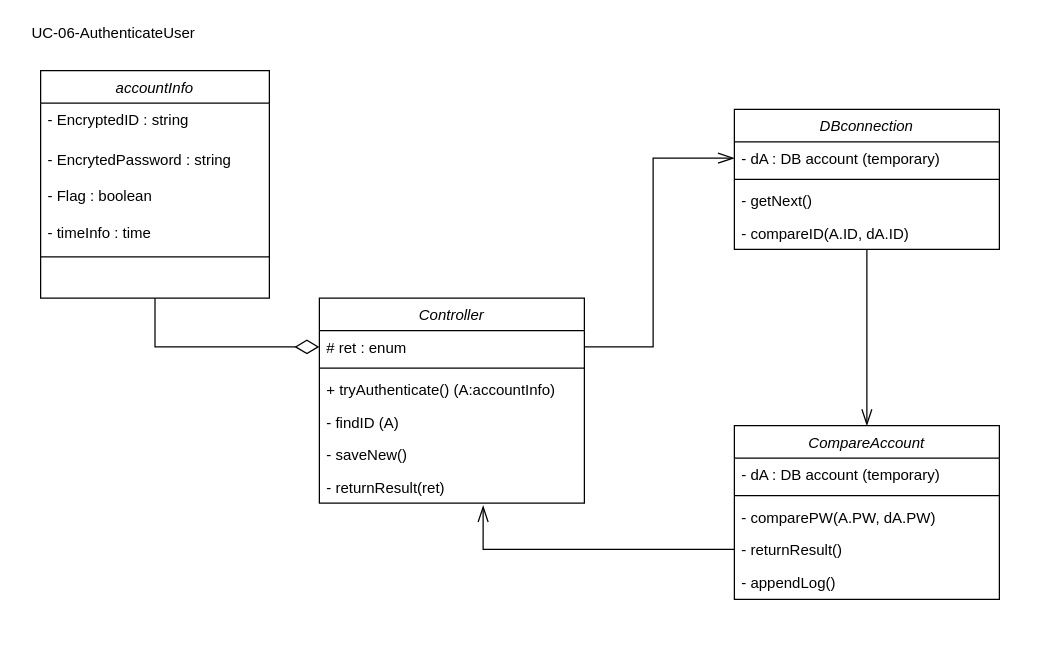
This is Documents/subgroup1/CD-UC-06.drawio from hanabzu/Warehouse-Management-System, a draw.io file, before an edit. Source tidied: cells renumbered, new cells numbered last; positions are measured from the earlier drawing's top-left corner, leaving out a move shared by most shapes. Both pictures are drawn from the tidied source at 125%, with x=0, y=0 at pixel (24, 21).
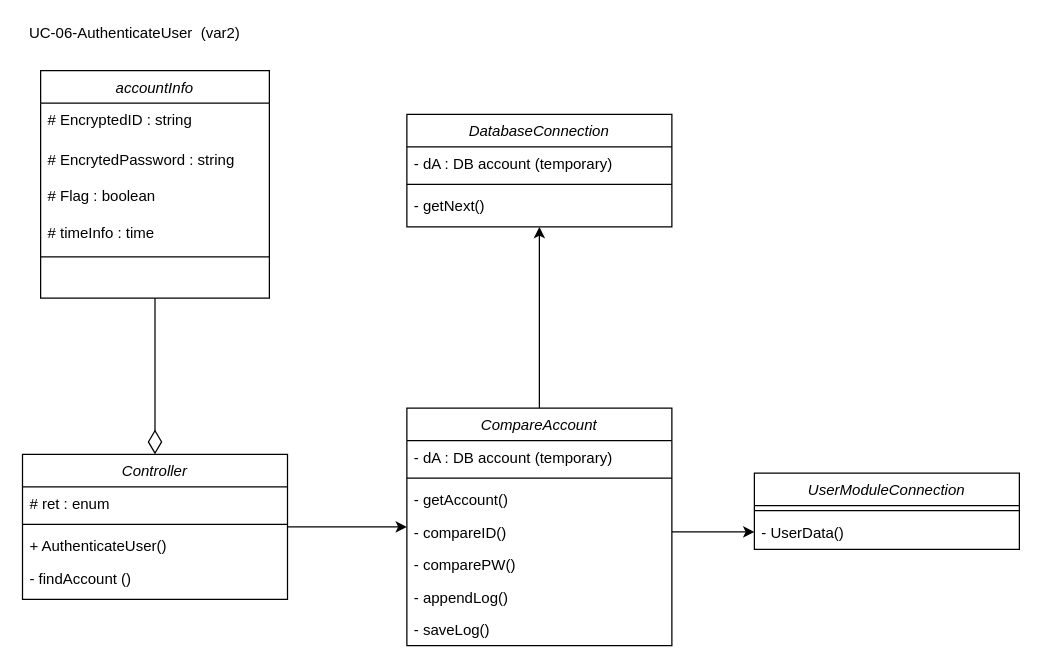
After the change.

Unchanged cells that the change refers to:
```xml
<mxCell id="3" value="# ret : enum" style="text;align=left;verticalAlign=top;spacingLeft=4;spacingRight=4;overflow=hidden;points=[[0,0.5],[1,0.5]];portConstraint=eastwest;rounded=0;shadow=0;html=0;" parent="2" vertex="1">
  <mxGeometry y="26" width="212" height="26" as="geometry" />
</mxCell>
<mxCell id="10" value="accountInfo" style="swimlane;fontStyle=2;align=center;verticalAlign=top;horizontal=1;startSize=26;rounded=0;shadow=0;strokeWidth=1;" parent="1" vertex="1">
  <mxGeometry x="13" y="39" width="183" height="182" as="geometry" />
</mxCell>
<mxCell id="19" value="- dA : DB account (temporary)" style="text;align=left;verticalAlign=top;spacingLeft=4;spacingRight=4;overflow=hidden;points=[[0,0.5],[1,0.5]];portConstraint=eastwest;rounded=0;shadow=0;html=0;" parent="18" vertex="1">
  <mxGeometry y="26" width="212" height="26" as="geometry" />
</mxCell>
```

What changed in the source:
```diff
@@
+    <mxCell id="31" style="edgeStyle=orthogonalEdgeStyle;rounded=0;jettySize=auto;html=1;" parent="1" edge="1" source="2" target="24">
+      <mxGeometry relative="1" as="geometry" />
+    </mxCell>
     <mxCell id="2" value="Controller" style="swimlane;fontStyle=2;align=center;verticalAlign=top;horizontal=1;startSize=26;rounded=0;shadow=0;strokeWidth=1;" parent="1" vertex="1">
-      <mxGeometry x="236" y="221" width="212" height="164" as="geometry" />
+      <mxGeometry x="-1.5" y="346" width="212" height="116" as="geometry" />
     </mxCell>
@@
-    <mxCell id="5" value="+ tryAuthenticate() (A:accountInfo)&#10;" style="text;align=left;verticalAlign=top;spacingLeft=4;spacingRight=4;overflow=hidden;" parent="2" vertex="1">
+    <mxCell id="5" value="+ AuthenticateUser()&#10;" style="text;align=left;verticalAlign=top;spacingLeft=4;spacingRight=4;overflow=hidden;" parent="2" vertex="1">
       <mxGeometry y="60" width="212" height="26" as="geometry" />
     </mxCell>
-    <mxCell id="6" value="- findID (A)&#10;" style="text;align=left;verticalAlign=top;spacingLeft=4;spacingRight=4;overflow=hidden;" parent="2" vertex="1">
+    <mxCell id="6" value="- findAccount ()&#10;" style="text;align=left;verticalAlign=top;spacingLeft=4;spacingRight=4;overflow=hidden;" parent="2" vertex="1">
       <mxGeometry y="86" width="212" height="26" as="geometry" />
     </mxCell>
-    <mxCell id="7" value="- saveNew()&#10;" style="text;align=left;verticalAlign=top;spacingLeft=4;spacingRight=4;overflow=hidden;" parent="2" vertex="1">
-      <mxGeometry y="112" width="212" height="26" as="geometry" />
-    </mxCell>
-    <mxCell id="8" value="- returnResult(ret)&#10;" style="text;align=left;verticalAlign=top;spacingLeft=4;spacingRight=4;overflow=hidden;points=[[0,0.5],[1,0.5]];portConstraint=eastwest;" parent="2" vertex="1">
-      <mxGeometry y="138" width="212" height="26" as="geometry" />
-    </mxCell>
-    <mxCell id="9" style="edgeStyle=orthogonalEdgeStyle;rounded=0;jettySize=auto;html=1;entryX=0;entryY=0.5;entryDx=0;entryDy=0;endArrow=diamondThin;endFill=0;endSize=17;" parent="1" edge="1" source="10" target="3">
+    <mxCell id="9" style="edgeStyle=orthogonalEdgeStyle;rounded=0;jettySize=auto;html=1;endArrow=diamondThin;endFill=0;endSize=17;" parent="1" edge="1" source="10" target="2">
       <mxGeometry relative="1" as="geometry" />
     </mxCell>
@@
-    <mxCell id="11" value="- EncryptedID : string" style="text;align=left;verticalAlign=top;spacingLeft=4;spacingRight=4;overflow=hidden;rounded=0;shadow=0;html=0;" parent="10" vertex="1">
+    <mxCell id="11" value="# EncryptedID : string" style="text;align=left;verticalAlign=top;spacingLeft=4;spacingRight=4;overflow=hidden;rounded=0;shadow=0;html=0;" parent="10" vertex="1">
       <mxGeometry y="26" width="183" height="32" as="geometry" />
     </mxCell>
-    <mxCell id="12" value="- EncrytedPassword : string" style="text;align=left;verticalAlign=top;spacingLeft=4;spacingRight=4;overflow=hidden;rounded=0;shadow=0;html=0;" parent="10" vertex="1">
+    <mxCell id="12" value="# EncrytedPassword : string" style="text;align=left;verticalAlign=top;spacingLeft=4;spacingRight=4;overflow=hidden;rounded=0;shadow=0;html=0;" parent="10" vertex="1">
       <mxGeometry y="58" width="183" height="29" as="geometry" />
     </mxCell>
-    <mxCell id="13" value="- Flag : boolean" style="text;align=left;verticalAlign=top;spacingLeft=4;spacingRight=4;overflow=hidden;rounded=0;shadow=0;html=0;" parent="10" vertex="1">
+    <mxCell id="13" value="# Flag : boolean" style="text;align=left;verticalAlign=top;spacingLeft=4;spacingRight=4;overflow=hidden;rounded=0;shadow=0;html=0;" parent="10" vertex="1">
       <mxGeometry y="87" width="183" height="29" as="geometry" />
     </mxCell>
-    <mxCell id="14" value="- timeInfo : time" style="text;align=left;verticalAlign=top;spacingLeft=4;spacingRight=4;overflow=hidden;rounded=0;shadow=0;html=0;" parent="10" vertex="1">
+    <mxCell id="14" value="# timeInfo : time" style="text;align=left;verticalAlign=top;spacingLeft=4;spacingRight=4;overflow=hidden;rounded=0;shadow=0;html=0;" parent="10" vertex="1">
       <mxGeometry y="116" width="183" height="29" as="geometry" />
     </mxCell>
@@
-    <mxCell id="16" value="UC-06-AuthenticateUser" style="text;html=1;align=center;verticalAlign=middle;strokeColor=none;" parent="1" vertex="1">
-      <mxGeometry width="141" height="18" as="geometry" />
+    <mxCell id="16" value="UC-06-AuthenticateUser&amp;nbsp; (var2)" style="text;html=1;align=center;verticalAlign=middle;strokeColor=none;" parent="1" vertex="1">
+      <mxGeometry x="-1.5" width="179" height="18" as="geometry" />
     </mxCell>
-    <mxCell id="17" style="edgeStyle=orthogonalEdgeStyle;rounded=0;jettySize=auto;html=1;entryX=0.5;entryY=0;entryDx=0;entryDy=0;endArrow=openThin;endFill=0;endSize=11;" parent="1" edge="1" source="18" target="24">
-      <mxGeometry relative="1" as="geometry" />
-    </mxCell>
-    <mxCell id="18" value="DBconnection" style="swimlane;fontStyle=2;align=center;verticalAlign=top;horizontal=1;startSize=26;rounded=0;shadow=0;strokeWidth=1;" parent="1" vertex="1">
-      <mxGeometry x="568" y="70" width="212" height="112" as="geometry" />
+    <mxCell id="18" value="DatabaseConnection" style="swimlane;fontStyle=2;align=center;verticalAlign=top;horizontal=1;startSize=26;rounded=0;shadow=0;strokeWidth=1;" parent="1" vertex="1">
+      <mxGeometry x="306" y="74" width="212" height="90" as="geometry" />
     </mxCell>
@@
-    <mxCell id="22" value="- compareID(A.ID, dA.ID)" style="text;align=left;verticalAlign=top;spacingLeft=4;spacingRight=4;overflow=hidden;" parent="18" vertex="1">
-      <mxGeometry y="86" width="212" height="26" as="geometry" />
-    </mxCell>
-    <mxCell id="23" style="edgeStyle=orthogonalEdgeStyle;rounded=0;jettySize=auto;html=1;entryX=0;entryY=0.5;entryDx=0;entryDy=0;endArrow=openThin;endFill=0;endSize=11;" parent="1" edge="1" source="3" target="19">
-      <mxGeometry relative="1" as="geometry" />
-    </mxCell>
+    <mxCell id="32" style="edgeStyle=orthogonalEdgeStyle;rounded=0;jettySize=auto;html=1;entryX=0.5;entryY=1;entryDx=0;entryDy=0;" parent="1" edge="1" source="24" target="18">
+      <mxGeometry relative="1" as="geometry" />
+    </mxCell>
     <mxCell id="24" value="CompareAccount" style="swimlane;fontStyle=2;align=center;verticalAlign=top;horizontal=1;startSize=26;rounded=0;shadow=0;strokeWidth=1;" parent="1" vertex="1">
-      <mxGeometry x="568" y="323" width="212" height="139" as="geometry" />
+      <mxGeometry x="306" y="309" width="212" height="190" as="geometry" />
     </mxCell>
@@
-    <mxCell id="27" value="- comparePW(A.PW, dA.PW)" style="text;align=left;verticalAlign=top;spacingLeft=4;spacingRight=4;overflow=hidden;" parent="24" vertex="1">
+    <mxCell id="27" value="- getAccount()" style="text;align=left;verticalAlign=top;spacingLeft=4;spacingRight=4;overflow=hidden;" parent="24" vertex="1">
       <mxGeometry y="60" width="212" height="26" as="geometry" />
     </mxCell>
-    <mxCell id="28" value="- returnResult()" style="text;align=left;verticalAlign=top;spacingLeft=4;spacingRight=4;overflow=hidden;points=[[0,0.5],[1,0.5]];portConstraint=eastwest;" parent="24" vertex="1">
+    <mxCell id="28" value="- compareID()" style="text;align=left;verticalAlign=top;spacingLeft=4;spacingRight=4;overflow=hidden;points=[[0,0.5],[1,0.5]];portConstraint=eastwest;" parent="24" vertex="1">
       <mxGeometry y="86" width="212" height="26" as="geometry" />
     </mxCell>
+    <mxCell id="33" value="- comparePW()" style="text;align=left;verticalAlign=top;spacingLeft=4;spacingRight=4;overflow=hidden;" parent="24" vertex="1">
+      <mxGeometry y="112" width="212" height="26" as="geometry" />
+    </mxCell>
     <mxCell id="29" value="- appendLog()" style="text;align=left;verticalAlign=top;spacingLeft=4;spacingRight=4;overflow=hidden;" parent="24" vertex="1">
-      <mxGeometry y="112" width="212" height="26" as="geometry" />
+      <mxGeometry y="138" width="212" height="26" as="geometry" />
     </mxCell>
-    <mxCell id="30" style="edgeStyle=orthogonalEdgeStyle;rounded=0;jettySize=auto;html=1;endArrow=openThin;endFill=0;endSize=11;entryX=0.618;entryY=1.077;entryDx=0;entryDy=0;entryPerimeter=0;" parent="1" edge="1" source="28" target="8">
-      <mxGeometry relative="1" as="geometry">
-        <Array as="points">
-          <mxPoint x="367" y="422" />
-        </Array>
-      </mxGeometry>
-    </mxCell>
+    <mxCell id="34" value="- saveLog()" style="text;align=left;verticalAlign=top;spacingLeft=4;spacingRight=4;overflow=hidden;" parent="24" vertex="1">
+      <mxGeometry y="164" width="212" height="26" as="geometry" />
+    </mxCell>
+    <mxCell id="35" value="UserModuleConnection" style="swimlane;fontStyle=2;align=center;verticalAlign=top;horizontal=1;startSize=26;rounded=0;shadow=0;strokeWidth=1;" parent="1" vertex="1">
+      <mxGeometry x="584" y="361" width="212" height="61" as="geometry" />
+    </mxCell>
+    <mxCell id="36" style="line;html=1;strokeWidth=1;align=left;verticalAlign=middle;spacingTop=-1;spacingLeft=3;spacingRight=3;labelPosition=right;" parent="35" vertex="1">
+      <mxGeometry y="26" width="212" height="8" as="geometry" />
+    </mxCell>
+    <mxCell id="37" value="- UserData()" style="text;align=left;verticalAlign=top;spacingLeft=4;spacingRight=4;overflow=hidden;points=[[0,0.5],[1,0.5]];portConstraint=eastwest;" parent="35" vertex="1">
+      <mxGeometry y="34" width="212" height="26" as="geometry" />
+    </mxCell>
+    <mxCell id="38" style="edgeStyle=orthogonalEdgeStyle;rounded=0;jettySize=auto;html=1;entryX=0;entryY=0.5;entryDx=0;entryDy=0;" parent="1" edge="1" source="28" target="37">
+      <mxGeometry relative="1" as="geometry" />
+    </mxCell>
```
